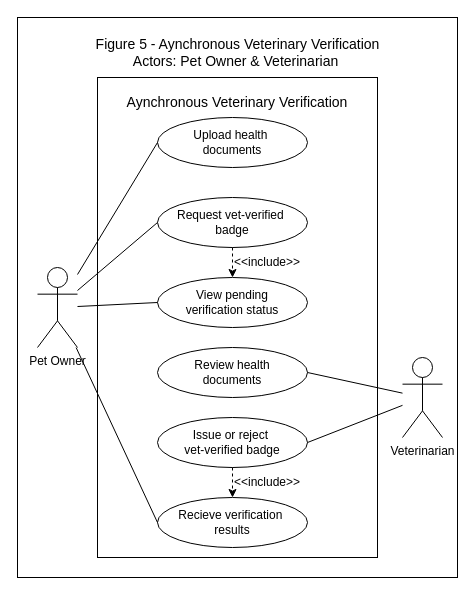
This is page "fig-5" (5 of 10) of USE-CASE_Diagram_Franco.drawio from Chels013/Breedr-Diagrams, a draw.io file, before an edit. Source tidied: cells renumbered, new cells numbered last; positions are measured from the earlier drawing's top-left corner, leaving out a move shared by most shapes. Both pictures are drawn from the tidied source at 100%, with x=0, y=0 at pixel (17, 17).
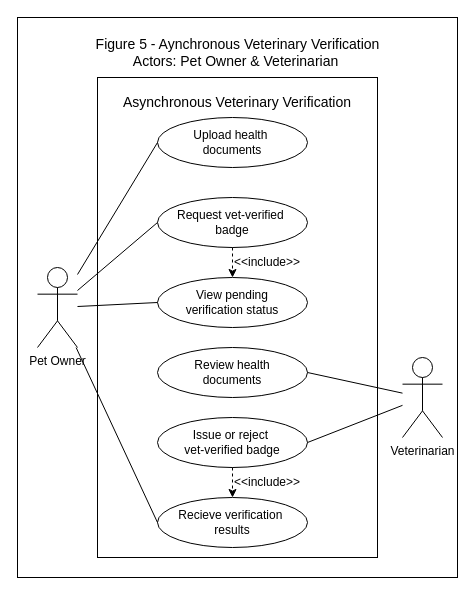
After the change.

Change to the diagram source:
```diff
@@
-    <mxCell id="5" value="&lt;span style=&quot;color: rgb(0, 0, 0);&quot;&gt;Aynchronous Veterinary Verification&lt;/span&gt;" style="text;html=1;align=center;verticalAlign=middle;whiteSpace=wrap;rounded=0;fontFamily=Helvetica;fontSize=14;fontColor=default;" parent="1" vertex="1">
+    <mxCell id="5" value="&lt;span style=&quot;color: rgb(0, 0, 0);&quot;&gt;Asynchronous Veterinary Verification&lt;/span&gt;" style="text;html=1;align=center;verticalAlign=middle;whiteSpace=wrap;rounded=0;fontFamily=Helvetica;fontSize=14;fontColor=default;" parent="1" vertex="1">
       <mxGeometry x="100" y="70" width="240" height="30" as="geometry" />
     </mxCell>
```
